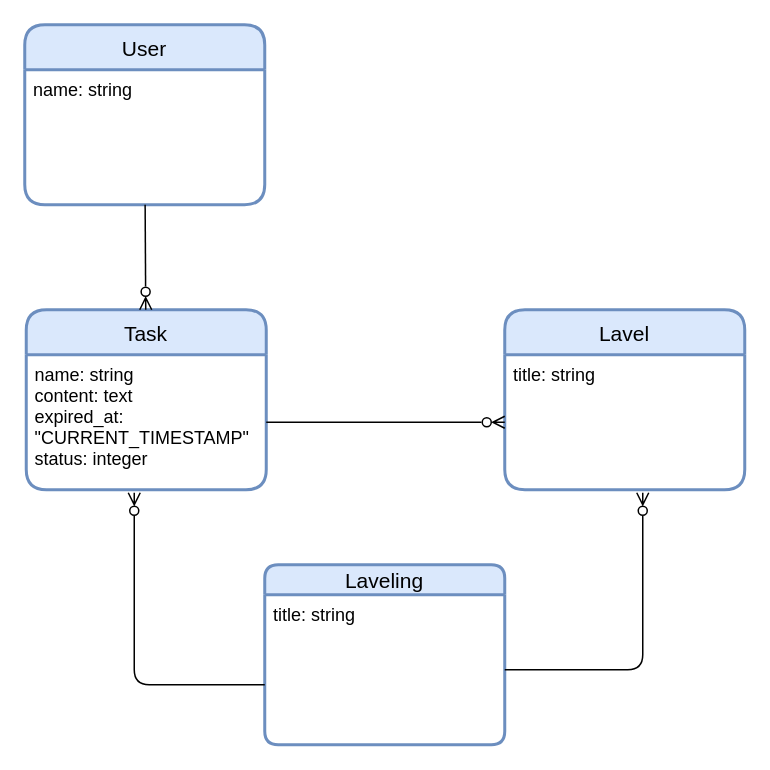
The draw.io diagram docs/ER図.drawio in keikikamikubota/manyou_exam, before the edit. Source tidied: cells renumbered, new cells numbered last; positions are measured from the earlier drawing's top-left corner, leaving out a move shared by most shapes. Both pictures are drawn from the tidied source at 150%, with x=0, y=0 at pixel (24, 24).
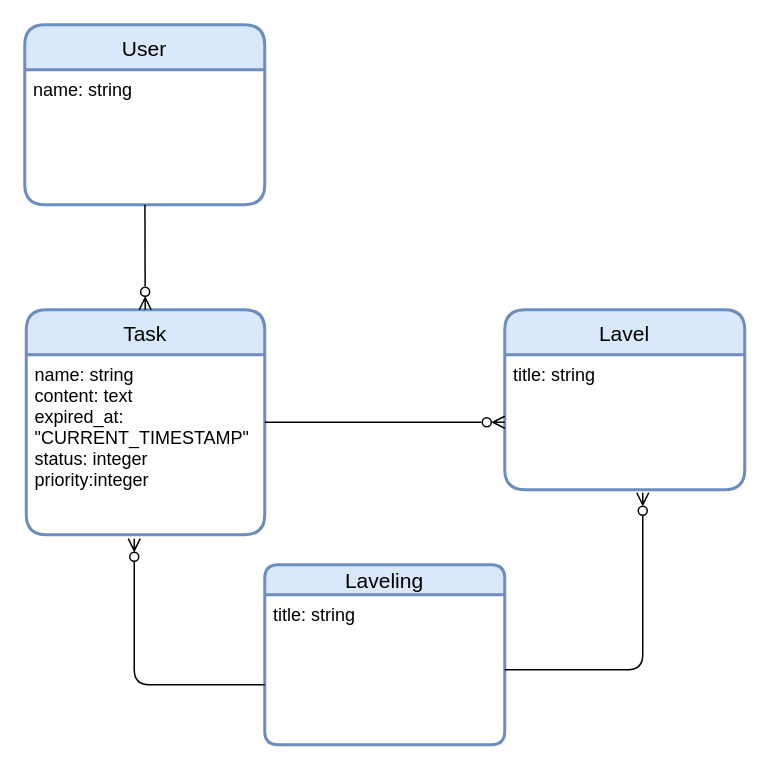
Above is the later version.

Change to the diagram source:
```diff
@@
 <mxGraphModel background="#ffffff">
   <root>
     <mxCell id="0" />
     <mxCell id="1" parent="0" />
     <mxCell id="2" value="User" style="swimlane;horizontal=1;startSize=30;rounded=1;fontSize=14;fontStyle=0;strokeWidth=2;shadow=0;dashed=0;align=center;fillColor=#dae8fc;strokeColor=#6c8ebf;" parent="1" vertex="1">
       <mxGeometry width="160" height="120" as="geometry" />
     </mxCell>
     <mxCell id="3" value="name: string" style="align=left;strokeColor=none;fillColor=none;spacingLeft=4;fontSize=12;verticalAlign=top;" parent="2" vertex="1">
       <mxGeometry y="30" width="160" height="90" as="geometry" />
     </mxCell>
     <mxCell id="4" value="Task" style="swimlane;horizontal=1;startSize=30;rounded=1;fontSize=14;fontStyle=0;strokeWidth=2;shadow=0;dashed=0;align=center;fillColor=#dae8fc;strokeColor=#6c8ebf;" parent="1" vertex="1">
-      <mxGeometry x="1" y="190" width="160" height="120" as="geometry" />
+      <mxGeometry x="1" y="190" width="159" height="150" as="geometry" />
     </mxCell>
-    <mxCell id="5" value="name: string&#10;content: text&#10;expired_at: &#10;&quot;CURRENT_TIMESTAMP&quot;&#10;status: integer" style="align=left;strokeColor=none;fillColor=none;spacingLeft=4;fontSize=12;verticalAlign=top;" parent="4" vertex="1">
-      <mxGeometry y="30" width="160" height="90" as="geometry" />
+    <mxCell id="5" value="name: string&#10;content: text&#10;expired_at: &#10;&quot;CURRENT_TIMESTAMP&quot;&#10;status: integer&#10;priority:integer" style="align=left;strokeColor=none;fillColor=none;spacingLeft=4;fontSize=12;verticalAlign=top;" parent="4" vertex="1">
+      <mxGeometry y="30" width="159" height="120" as="geometry" />
     </mxCell>
     <mxCell id="6" style="edgeStyle=none;html=1;endArrow=ERzeroToMany;endFill=0;" parent="1" edge="1" source="3" target="4">
       <mxGeometry relative="1" as="geometry" />
     </mxCell>
     <mxCell id="7" value="Lavel" style="swimlane;horizontal=1;startSize=30;rounded=1;fontSize=14;fontStyle=0;strokeWidth=2;shadow=0;dashed=0;align=center;fillColor=#dae8fc;strokeColor=#6c8ebf;" parent="1" vertex="1">
       <mxGeometry x="320" y="190" width="160" height="120" as="geometry" />
     </mxCell>
     <mxCell id="8" value="title: string" style="align=left;strokeColor=none;fillColor=none;spacingLeft=4;fontSize=12;verticalAlign=top;" parent="7" vertex="1">
       <mxGeometry y="30" width="160" height="90" as="geometry" />
     </mxCell>
     <mxCell id="9" style="edgeStyle=elbowEdgeStyle;html=1;elbow=vertical;endArrow=ERzeroToMany;endFill=0;" parent="1" edge="1" source="5" target="7">
       <mxGeometry relative="1" as="geometry" />
     </mxCell>
     <mxCell id="10" value="Laveling" style="swimlane;horizontal=1;startSize=20;rounded=1;fontSize=14;fontStyle=0;strokeWidth=2;shadow=0;dashed=0;align=center;fillColor=#dae8fc;strokeColor=#6c8ebf;" parent="1" vertex="1">
       <mxGeometry x="160" y="360" width="160" height="120" as="geometry" />
     </mxCell>
     <mxCell id="11" value="title: string" style="align=left;strokeColor=none;fillColor=none;spacingLeft=4;fontSize=12;verticalAlign=top;" parent="10" vertex="1">
       <mxGeometry y="20" width="160" height="100" as="geometry" />
     </mxCell>
     <mxCell id="12" style="edgeStyle=elbowEdgeStyle;html=1;entryX=0.456;entryY=1.022;entryDx=0;entryDy=0;entryPerimeter=0;endArrow=ERzeroToMany;endFill=0;" parent="1" edge="1" source="11" target="5">
       <mxGeometry relative="1" as="geometry">
         <Array as="points">
           <mxPoint x="73" y="440" />
         </Array>
       </mxGeometry>
     </mxCell>
     <mxCell id="13" style="edgeStyle=elbowEdgeStyle;html=1;entryX=0.575;entryY=1.022;entryDx=0;entryDy=0;entryPerimeter=0;endArrow=ERzeroToMany;endFill=0;" parent="1" edge="1" source="11" target="8">
       <mxGeometry relative="1" as="geometry">
         <Array as="points">
           <mxPoint x="412" y="430" />
           <mxPoint x="400" y="420" />
           <mxPoint x="410" y="440" />
         </Array>
       </mxGeometry>
     </mxCell>
   </root>
 </mxGraphModel>
```
